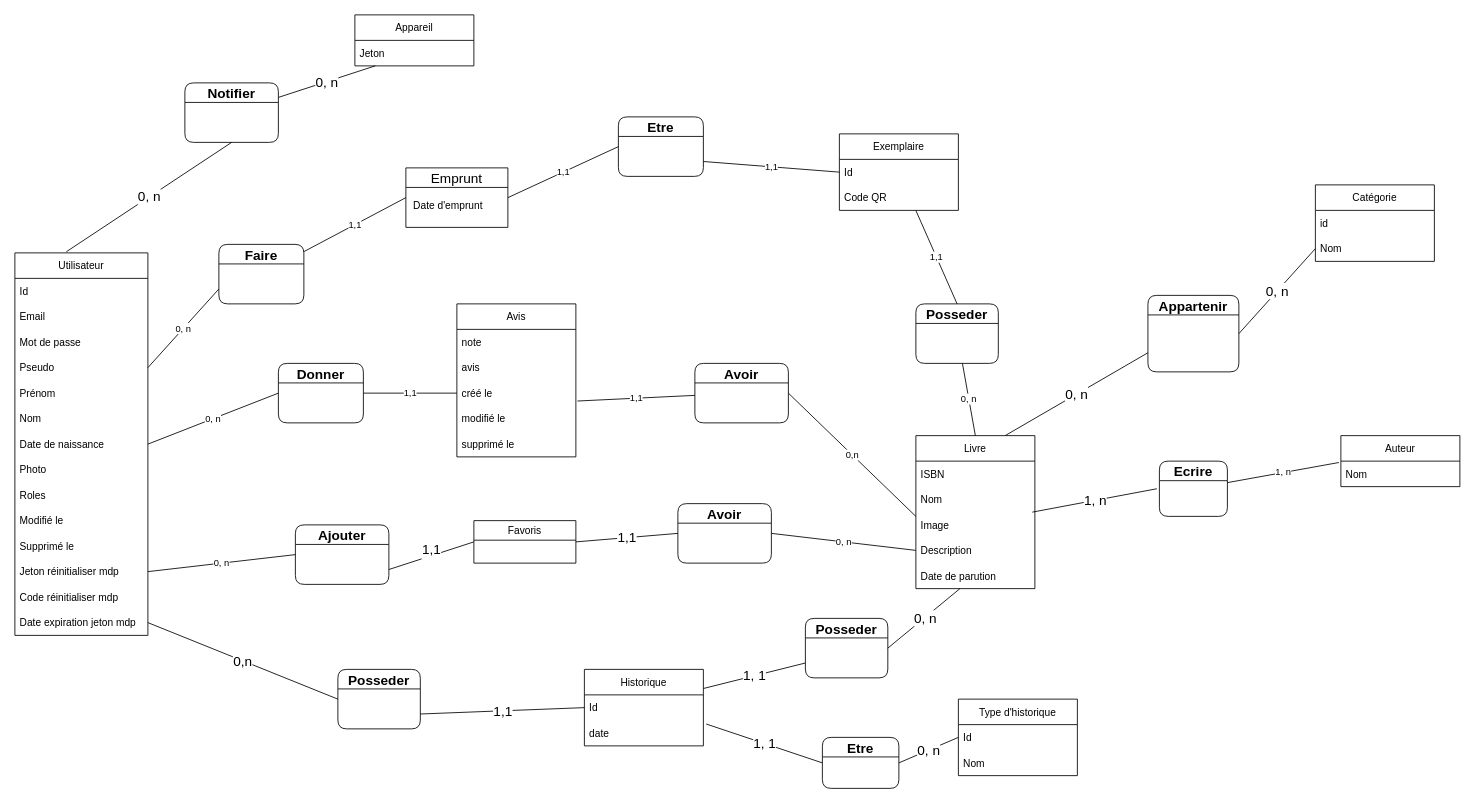
Earlier version of the draw.io diagram MCD_Deepkit.drawio (alexandre-scalisi/DeepkitMCD). Source tidied: cells renumbered, new cells numbered last; positions are measured from the earlier drawing's top-left corner, leaving out a move shared by most shapes. Both pictures are drawn from the tidied source at 85%, with x=0, y=0 at pixel (14, 14).
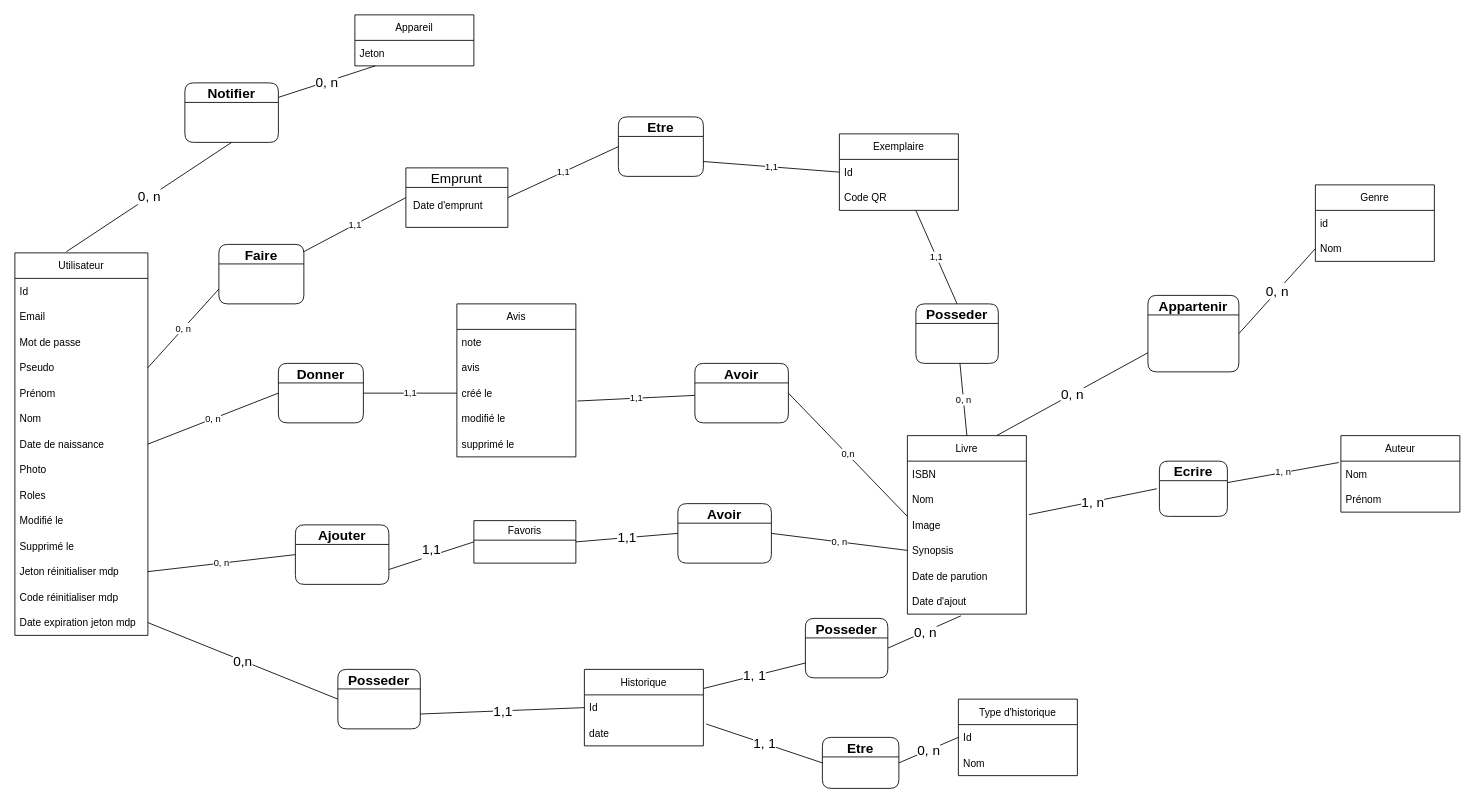
The same page after the edit.

Unchanged cells that the change refers to:
```xml
<mxCell id="10" value="Image" style="text;strokeColor=none;fillColor=none;align=left;verticalAlign=middle;spacingLeft=4;spacingRight=4;overflow=hidden;points=[[0,0.5],[1,0.5]];portConstraint=eastwest;" parent="7" vertex="1">
  <mxGeometry y="90" width="140" height="30" as="geometry" />
</mxCell>
<mxCell id="12" value="Date de parution" style="text;strokeColor=none;fillColor=none;align=left;verticalAlign=middle;spacingLeft=4;spacingRight=4;overflow=hidden;points=[[0,0.5],[1,0.5]];portConstraint=eastwest;" parent="7" vertex="1">
  <mxGeometry y="150" width="140" height="30" as="geometry" />
</mxCell>
<mxCell id="47" value="Posseder" style="swimlane;rounded=1;fontSize=16;startSize=23;" parent="1" vertex="1">
  <mxGeometry x="930" y="710" width="97" height="70" as="geometry" />
</mxCell>
```

Change to the diagram source:
```diff
@@
-    <mxCell id="2" value="Catégorie" style="swimlane;fontStyle=0;horizontal=1;startSize=30;" parent="1" vertex="1">
+    <mxCell id="2" value="Genre" style="swimlane;fontStyle=0;horizontal=1;startSize=30;" parent="1" vertex="1">
       <mxGeometry x="1530" y="200" width="140" height="90" as="geometry" />
     </mxCell>
@@
-    <mxCell id="6" value="1, n" style="rounded=0;orthogonalLoop=1;jettySize=auto;html=1;exitX=1;exitY=0.5;exitDx=0;exitDy=0;endArrow=none;endFill=0;entryX=0;entryY=0.5;entryDx=0;entryDy=0;fontSize=16;" parent="1" edge="1">
+    <mxCell id="6" value="1, n" style="rounded=0;jettySize=auto;html=1;exitX=1.021;exitY=0.1;exitDx=0;exitDy=0;endArrow=none;endFill=0;entryX=0;entryY=0.5;entryDx=0;entryDy=0;fontSize=16;exitPerimeter=0;" parent="1" edge="1" source="10">
       <mxGeometry relative="1" as="geometry">
-        <mxPoint x="1197" y="585" as="sourcePoint" />
         <mxPoint x="1343.5" y="557.5" as="targetPoint" />
       </mxGeometry>
     </mxCell>
     <mxCell id="7" value="Livre" style="swimlane;fontStyle=0;horizontal=1;startSize=30;" parent="1" vertex="1">
-      <mxGeometry x="1060" y="495" width="140" height="180" as="geometry" />
+      <mxGeometry x="1050" y="495" width="140" height="210" as="geometry" />
     </mxCell>
@@
-    <mxCell id="11" value="Description" style="text;strokeColor=none;fillColor=none;align=left;verticalAlign=middle;spacingLeft=4;spacingRight=4;overflow=hidden;points=[[0,0.5],[1,0.5]];portConstraint=eastwest;" parent="7" vertex="1">
+    <mxCell id="11" value="Synopsis" style="text;strokeColor=none;fillColor=none;align=left;verticalAlign=middle;spacingLeft=4;spacingRight=4;overflow=hidden;points=[[0,0.5],[1,0.5]];portConstraint=eastwest;" parent="7" vertex="1">
       <mxGeometry y="120" width="140" height="30" as="geometry" />
     </mxCell>
@@
+    <mxCell id="88" value="Date d'ajout" style="text;strokeColor=none;fillColor=none;align=left;verticalAlign=middle;spacingLeft=4;spacingRight=4;overflow=hidden;points=[[0,0.5],[1,0.5]];portConstraint=eastwest;" parent="7" vertex="1">
+      <mxGeometry y="180" width="140" height="30" as="geometry" />
+    </mxCell>
@@
-    <mxCell id="44" style="edgeStyle=none;rounded=0;jettySize=auto;html=1;fontSize=16;endArrow=none;endFill=0;exitX=1;exitY=0.5;exitDx=0;exitDy=0;" parent="1" edge="1" source="47" target="12">
+    <mxCell id="44" style="edgeStyle=none;rounded=0;jettySize=auto;html=1;fontSize=16;endArrow=none;endFill=0;exitX=1;exitY=0.5;exitDx=0;exitDy=0;entryX=0.45;entryY=1.067;entryDx=0;entryDy=0;entryPerimeter=0;" parent="1" edge="1" source="47" target="88">
       <mxGeometry relative="1" as="geometry" />
     </mxCell>
@@
     <mxCell id="61" value="Auteur" style="swimlane;fontStyle=0;horizontal=1;startSize=30;" parent="1" vertex="1">
-      <mxGeometry x="1560" y="495" width="140" height="60" as="geometry" />
+      <mxGeometry x="1560" y="495" width="140" height="90" as="geometry" />
     </mxCell>
@@
+    <mxCell id="89" value="Prénom" style="text;strokeColor=none;fillColor=none;align=left;verticalAlign=middle;spacingLeft=4;spacingRight=4;overflow=hidden;" parent="61" vertex="1">
+      <mxGeometry y="60" width="140" height="30" as="geometry" />
+    </mxCell>
```
